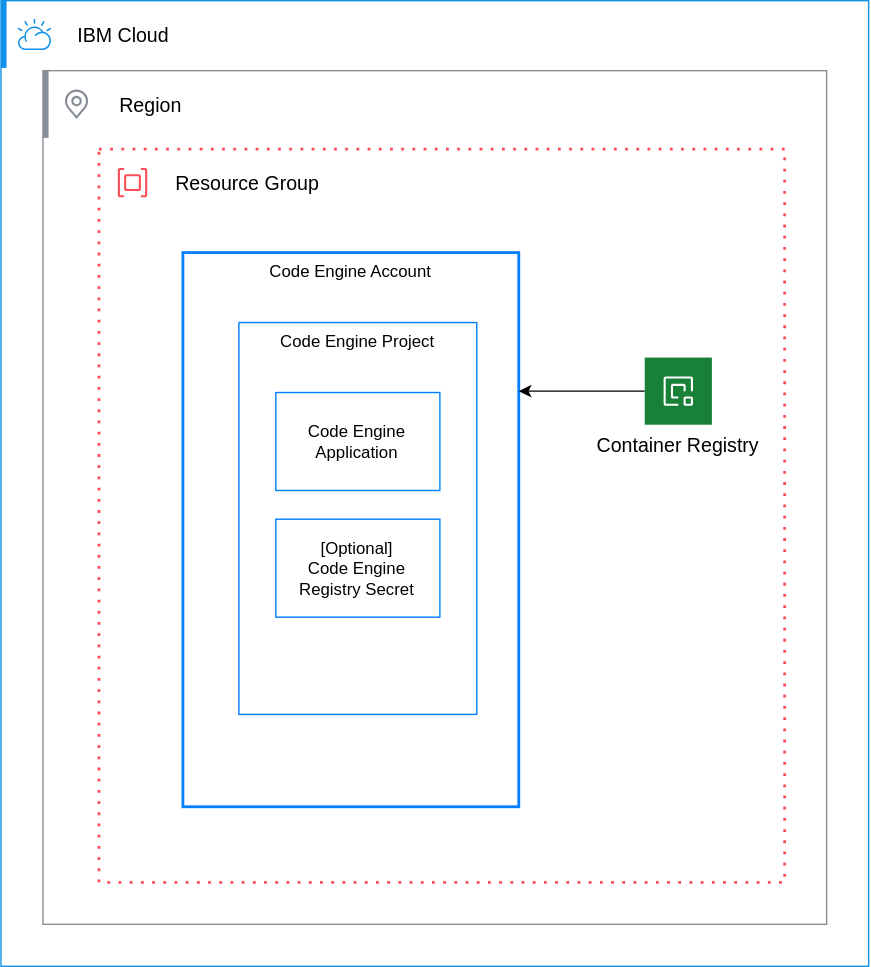
This is reference-architectures/deployment-architecture-quickstart.svg from terraform-ibm-modules/terraform-ibm-landing-zone-code-engine, a draw.io export, as it was before one commit. Source tidied: cells renumbered, new cells last; positions are measured from the earlier drawing's top-left corner, leaving out a move shared by most shapes.
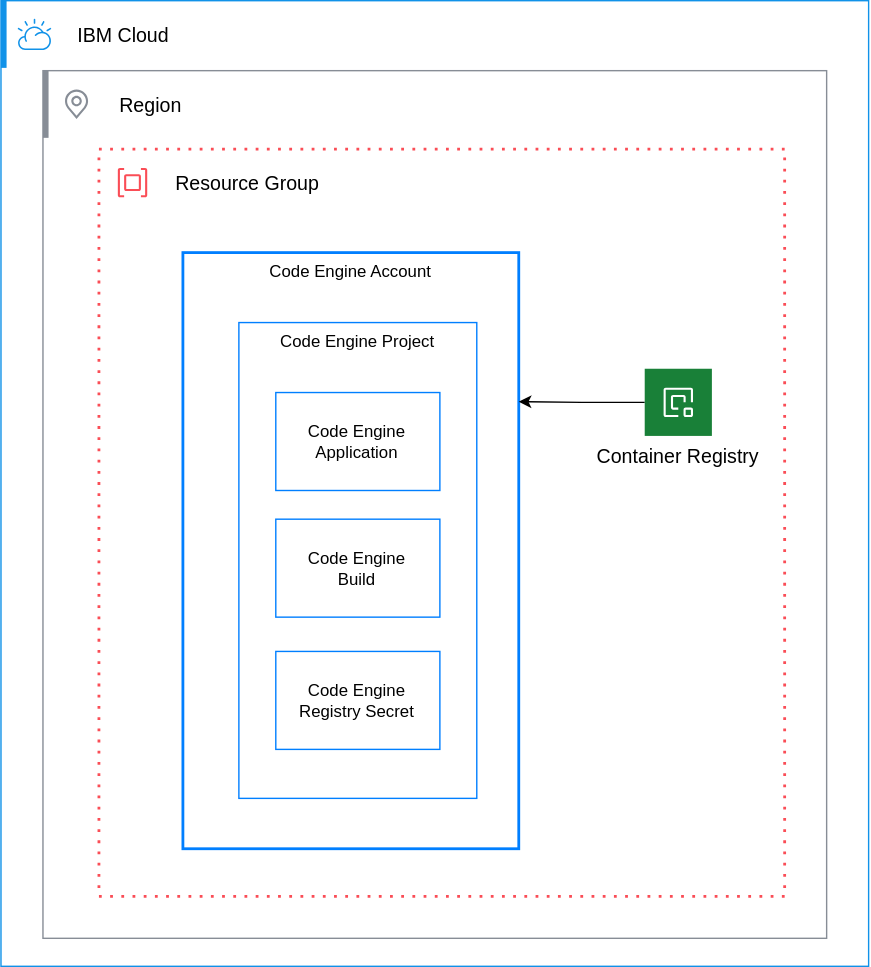
After the change.

Diff of the diagram source:
```diff
@@ -17,7 +17,7 @@
       <mxGeometry width="4" height="48" relative="1" as="geometry" />
     </mxCell>
     <mxCell id="6" style="html=1;whiteSpace=wrap;strokeColor=#878D96;fillColor=none;strokeWidth=1;" parent="2" vertex="1">
-      <mxGeometry x="30" y="50" width="560" height="610" as="geometry" />
+      <mxGeometry x="30" y="50" width="560" height="620" as="geometry" />
     </mxCell>
     <mxCell id="7" value="Region" style="shape=rect;fillColor=none;labelPosition=right;verticalLabelPosition=middle;align=left;verticalAlign=middle;strokeColor=none;spacingLeft=5;fontSize=14;" parent="6" vertex="1">
       <mxGeometry width="48" height="48" relative="1" as="geometry" />
@@ -31,7 +31,7 @@
       <mxGeometry width="4" height="48" relative="1" as="geometry" />
     </mxCell>
     <mxCell id="10" style="html=1;whiteSpace=wrap;strokeColor=#FA4D56;fillColor=none;dashed=1;dashPattern=1 3;strokeWidth=2;" parent="6" vertex="1">
-      <mxGeometry x="40" y="56" width="490" height="524" as="geometry" />
+      <mxGeometry x="40" y="56" width="490" height="534" as="geometry" />
     </mxCell>
     <mxCell id="11" value="Resource Group" style="shape=rect;fillColor=none;labelPosition=right;verticalLabelPosition=middle;align=left;verticalAlign=middle;strokeColor=none;spacingLeft=5;fontSize=14;" parent="10" vertex="1">
       <mxGeometry width="48" height="48" relative="1" as="geometry" />
@@ -42,22 +42,28 @@
       </mxGeometry>
     </mxCell>
     <mxCell id="13" value="Code Engine Account" style="html=1;whiteSpace=wrap;strokeColor=#007FFF;fillColor=none;strokeWidth=2;verticalAlign=top;" parent="10" vertex="1">
-      <mxGeometry x="60" y="74" width="240" height="396" as="geometry" />
+      <mxGeometry x="60" y="74" width="240" height="426" as="geometry" />
     </mxCell>
     <mxCell id="14" value="Code Engine Project" style="html=1;whiteSpace=wrap;strokeColor=#007FFF;fillColor=none;strokeWidth=1;verticalAlign=top;" parent="13" vertex="1">
-      <mxGeometry x="40" y="50" width="170" height="280" as="geometry" />
+      <mxGeometry x="40" y="50" width="170" height="340" as="geometry" />
     </mxCell>
     <mxCell id="15" value="Code Engine&lt;div&gt;Application&lt;/div&gt;" style="html=1;whiteSpace=wrap;strokeColor=#007FFF;fillColor=none;strokeWidth=1;verticalAlign=middle;" parent="14" vertex="1">
       <mxGeometry x="26.4" y="50" width="117.2" height="70" as="geometry" />
     </mxCell>
-    <mxCell id="16" value="[Optional]&lt;br&gt;Code Engine&lt;div&gt;Registry Secret&lt;/div&gt;" style="html=1;whiteSpace=wrap;strokeColor=#007FFF;fillColor=none;strokeWidth=1;verticalAlign=middle;" parent="14" vertex="1">
+    <mxCell id="16" value="Code Engine&lt;br&gt;Build" style="html=1;whiteSpace=wrap;strokeColor=#007FFF;fillColor=none;strokeWidth=1;verticalAlign=middle;" parent="14" vertex="1">
       <mxGeometry x="26.4" y="140.5" width="117.2" height="70" as="geometry" />
     </mxCell>
+    <mxCell id="20" value="Code Engine&lt;div&gt;Registry Secret&lt;/div&gt;" style="html=1;whiteSpace=wrap;strokeColor=#007FFF;fillColor=none;strokeWidth=1;verticalAlign=middle;" parent="14" vertex="1">
+      <mxGeometry x="26.4" y="235" width="117.2" height="70" as="geometry" />
+    </mxCell>
+    <mxCell id="21" style="edgeStyle=orthogonalEdgeStyle;rounded=0;orthogonalLoop=1;jettySize=auto;html=1;exitX=0.5;exitY=1;exitDx=0;exitDy=0;" parent="13" edge="1" source="14" target="14">
+      <mxGeometry relative="1" as="geometry" />
+    </mxCell>
     <mxCell id="17" style="edgeStyle=orthogonalEdgeStyle;rounded=0;jettySize=auto;html=1;entryX=1;entryY=0.25;entryDx=0;entryDy=0;" parent="10" edge="1" source="18" target="13">
       <mxGeometry relative="1" as="geometry" />
     </mxCell>
     <mxCell id="18" value="Container Registry" style="shape=rect;fillColor=#198038;labelPosition=center;verticalLabelPosition=bottom;align=center;verticalAlign=top;strokeColor=none;fontSize=14;" parent="10" vertex="1">
-      <mxGeometry x="390" y="149" width="48" height="48" as="geometry" />
+      <mxGeometry x="390" y="157" width="48" height="48" as="geometry" />
     </mxCell>
     <mxCell id="19" style="fillColor=#ffffff;strokeColor=none;dashed=0;html=1;labelPosition=center;verticalLabelPosition=bottom;verticalAlign=top;shape=mxgraph.ibm_cloud.cloud-registry;" parent="18" vertex="1">
       <mxGeometry width="24" height="24" relative="1" as="geometry">
```
